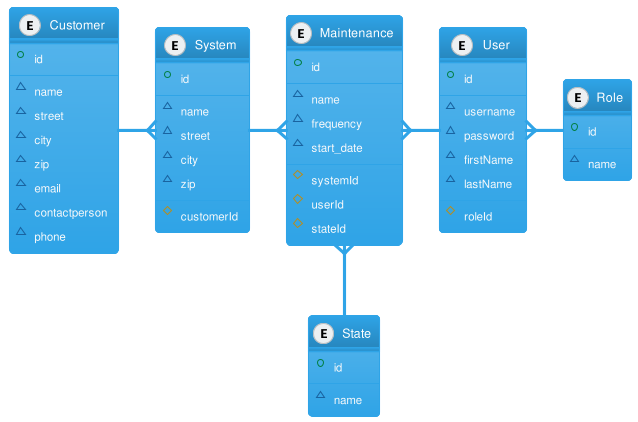
Kluddizz/maintenance-server keeps this PlantUML diagram as docs/database/schema.png. Above is the earlier version.
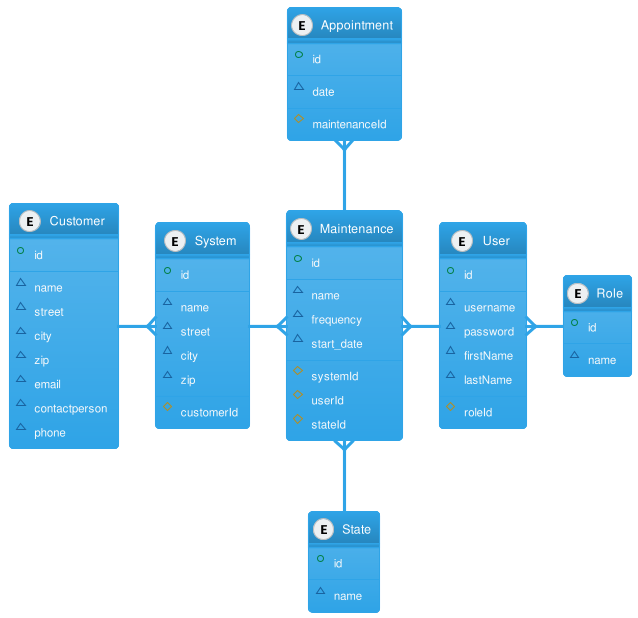
After the commit.

Change to the diagram source:
```diff
@@ -59,10 +59,19 @@
   ~name
 }
 
+entity Appointment {
+  +id
+  --
+  ~date
+  --
+  #maintenanceId
+}
+
 Customer -right-{ System
 System -right-{ Maintenance
 Maintenance }-- State
 User }-right- Role
 User -left-{ Maintenance
+Maintenance -up-{ Appointment
 
 @enduml
```
